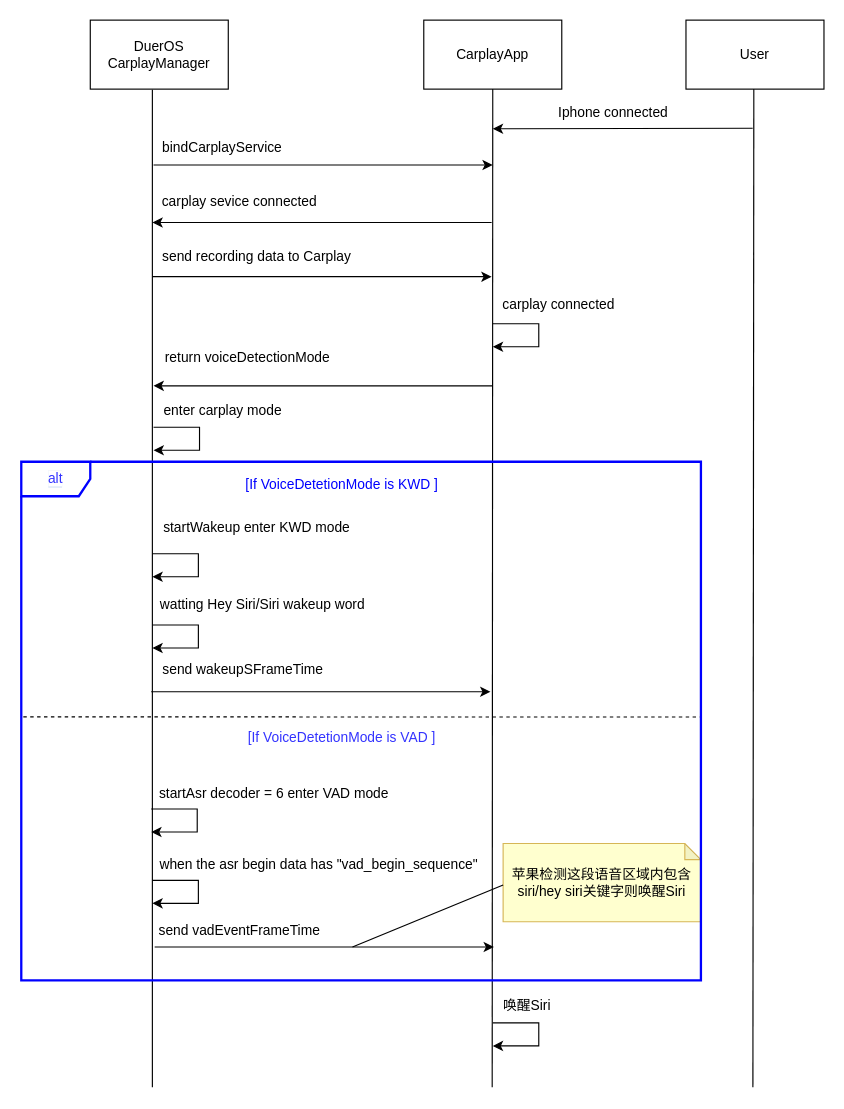
Earlier version of the draw.io diagram page "carplay连接" (12 of 13) of 未命名绘图.drawio (songlongGithub/CustomDemo). Source tidied: cells renumbered, new cells numbered last; positions are measured from the earlier drawing's top-left corner, leaving out a move shared by most shapes. Both pictures are drawn from the tidied source at 115%, with x=0, y=0 at pixel (21, 20).
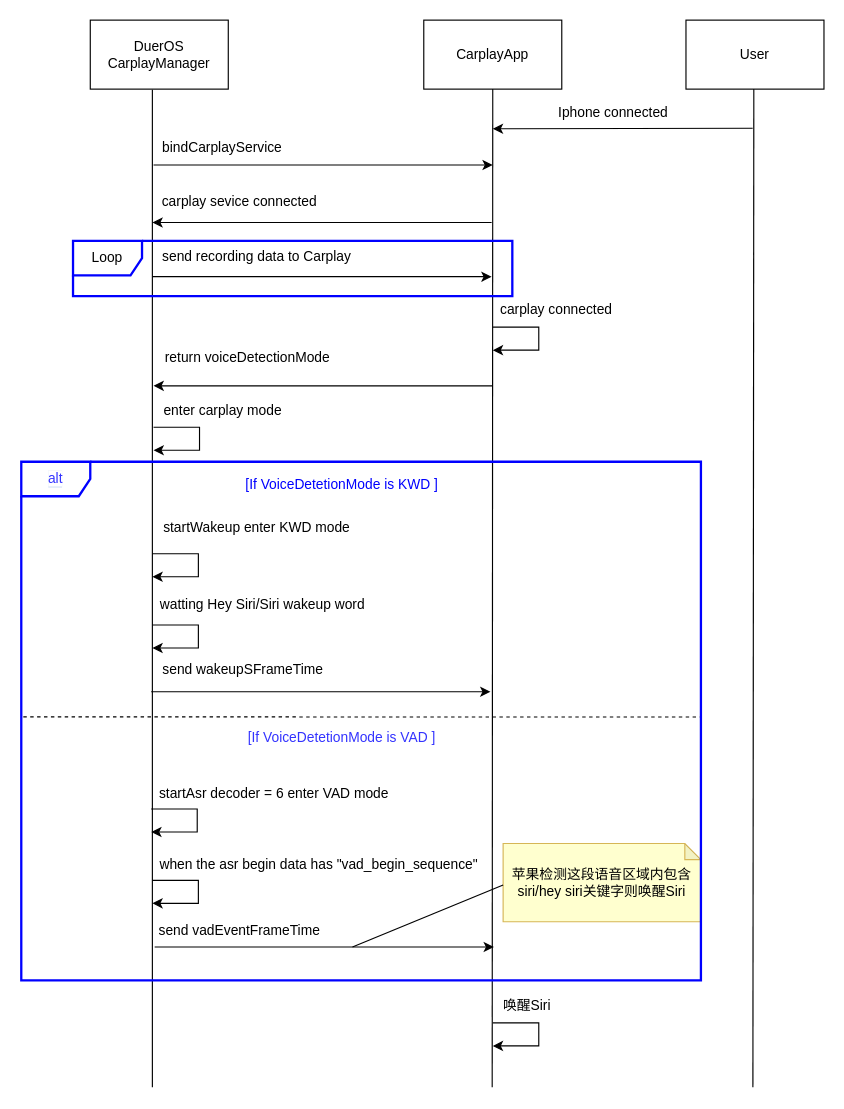
The same page after the edit.

The edit, as a diff of the source:
```diff
@@
     <mxCell id="12" style="endArrow=classic;html=1;rounded=0;" parent="1" edge="1">
       <mxGeometry relative="1" as="geometry">
-        <mxPoint x="410" y="264" as="sourcePoint" />
-        <mxPoint x="410" y="284" as="targetPoint" />
+        <mxPoint x="410" y="267" as="sourcePoint" />
+        <mxPoint x="410" y="287" as="targetPoint" />
         <Array as="points">
-          <mxPoint x="450" y="264" />
-          <mxPoint x="450" y="284" />
+          <mxPoint x="450" y="267" />
+          <mxPoint x="450" y="287" />
         </Array>
       </mxGeometry>
     </mxCell>
     <mxCell id="13" value="carplay connected" style="text;html=1;strokeColor=none;fillColor=none;align=center;verticalAlign=middle;whiteSpace=wrap;rounded=0;" parent="1" vertex="1">
-      <mxGeometry x="402" y="229" width="131" height="38" as="geometry" />
+      <mxGeometry x="400" y="233" width="131" height="38" as="geometry" />
     </mxCell>
-    <mxCell id="14" style="endArrow=classic;html=1;rounded=0;" parent="1" edge="1">
-      <mxGeometry relative="1" as="geometry">
-        <mxPoint x="114" y="223.1" as="sourcePoint" />
-        <mxPoint x="409" y="223.1" as="targetPoint" />
-      </mxGeometry>
-    </mxCell>
-    <mxCell id="15" value="send recording data to Carplay" style="text;html=1;strokeColor=none;fillColor=none;align=center;verticalAlign=middle;whiteSpace=wrap;rounded=0;" parent="1" vertex="1">
-      <mxGeometry x="90" y="192" width="230" height="27.1" as="geometry" />
-    </mxCell>
@@
+    <mxCell id="42" style="endArrow=classic;html=1;rounded=0;" parent="1" edge="1">
+      <mxGeometry relative="1" as="geometry">
+        <mxPoint x="114" y="223.1" as="sourcePoint" />
+        <mxPoint x="409" y="223.1" as="targetPoint" />
+      </mxGeometry>
+    </mxCell>
+    <mxCell id="15" value="send recording data to Carplay" style="text;html=1;strokeColor=none;fillColor=none;align=center;verticalAlign=middle;whiteSpace=wrap;rounded=0;" parent="1" vertex="1">
+      <mxGeometry x="90" y="192" width="230" height="27.1" as="geometry" />
+    </mxCell>
+    <mxCell id="43" value="Loop" style="shape=umlFrame;whiteSpace=wrap;html=1;strokeWidth=2;strokeColor=#0000FF;" parent="1" vertex="1">
+      <mxGeometry x="45" y="192" width="382" height="48" as="geometry" />
+    </mxCell>
```
